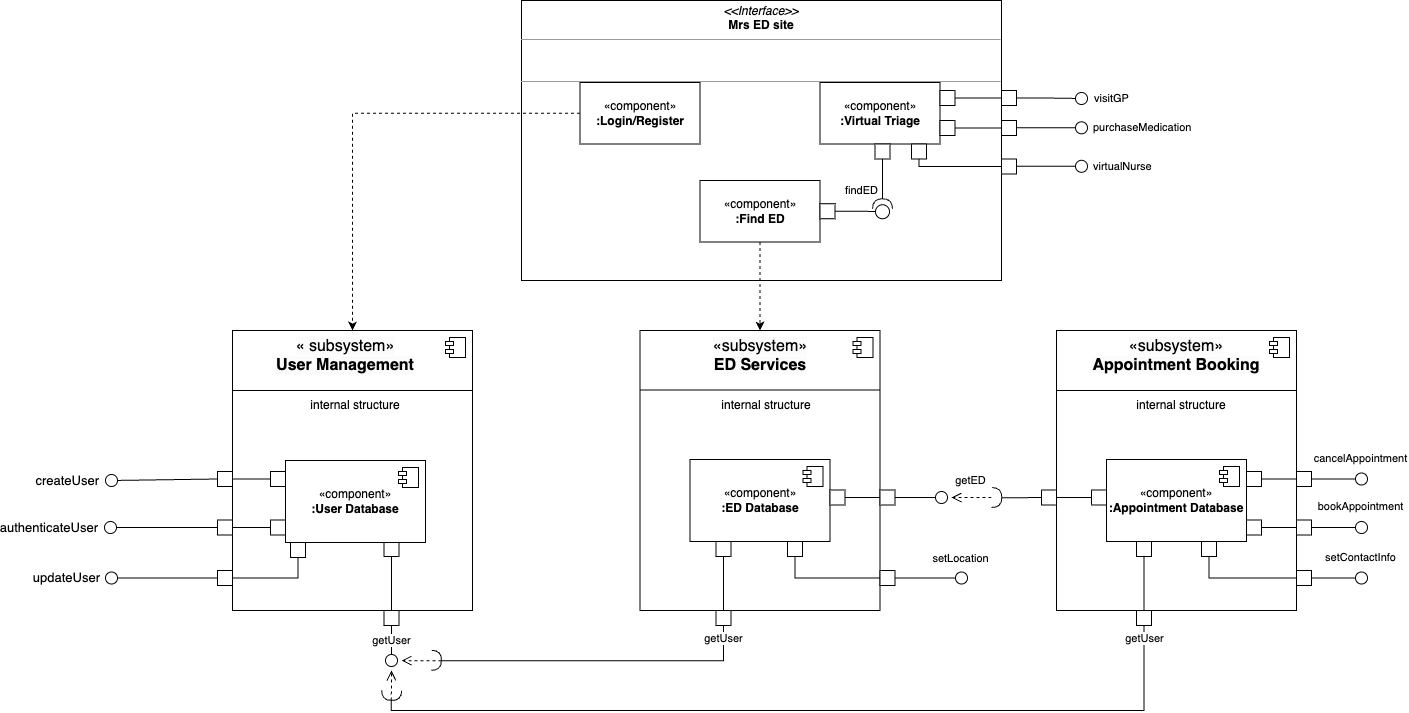
Before: diagrams/Component_Diagram.drawio.png, a diagram exported from draw.io (uvic-teach/project-m1-team6). Source tidied: cells renumbered, new cells last; positions are measured from the earlier drawing's top-left corner, leaving out a move shared by most shapes.
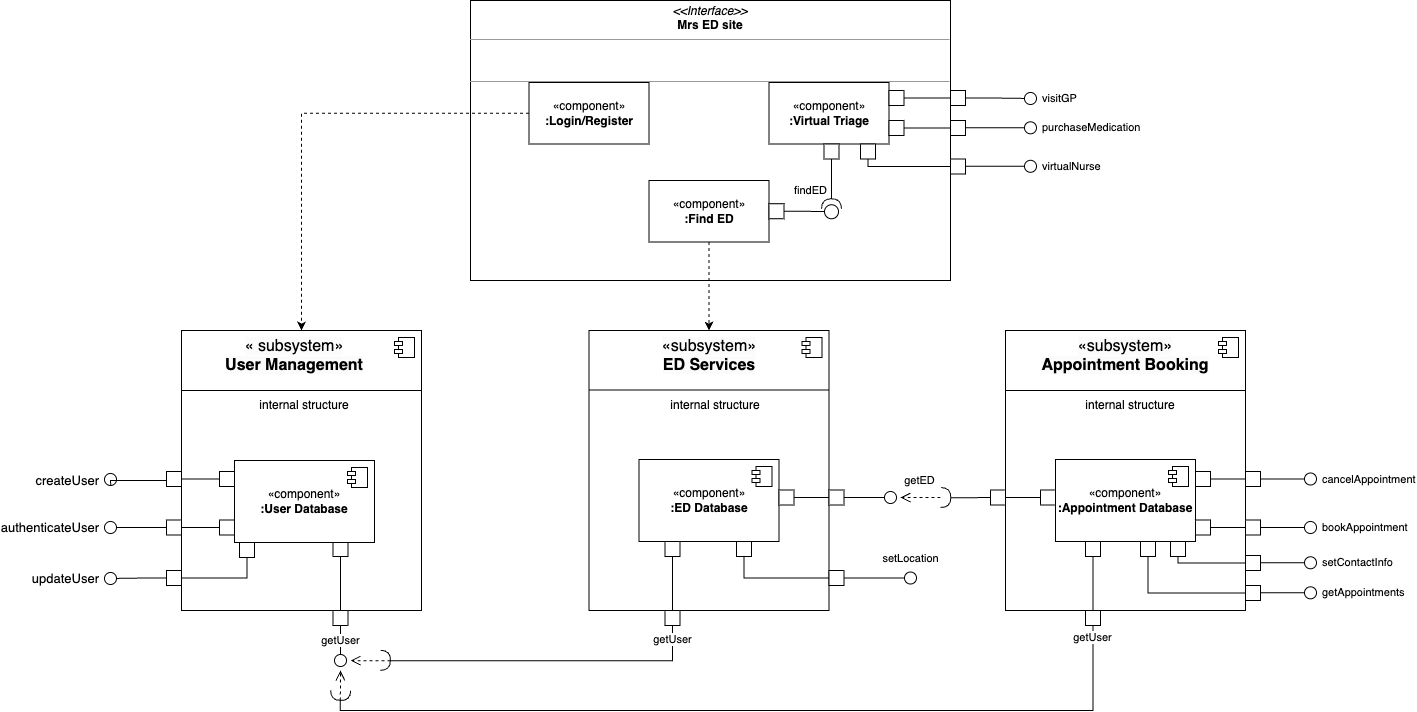
Later version of the same file.

What changed in the source:
```diff
@@ -12,7 +12,7 @@
     </mxCell>
     <mxCell id="4" value="authenticateUser" style="edgeStyle=orthogonalEdgeStyle;rounded=0;jettySize=auto;html=1;endArrow=oval;endFill=0;endSize=12;fontSize=13;exitX=0;exitY=0.5;exitDx=0;exitDy=0;labelPosition=left;verticalLabelPosition=middle;align=right;verticalAlign=middle;" parent="1" edge="1" source="35">
       <mxGeometry x="1" y="10" relative="1" as="geometry">
-        <mxPoint y="527" as="targetPoint" />
+        <mxPoint x="51" y="527" as="targetPoint" />
         <mxPoint x="-10" y="-10" as="offset" />
       </mxGeometry>
     </mxCell>
@@ -118,9 +118,10 @@
         <mxPoint x="-27" y="7" as="offset" />
       </mxGeometry>
     </mxCell>
-    <mxCell id="32" value="cancelAppointment" style="edgeStyle=orthogonalEdgeStyle;rounded=0;jettySize=auto;html=1;endArrow=oval;endFill=0;endSize=12;" parent="1" edge="1" source="42">
-      <mxGeometry x="1" y="21" relative="1" as="geometry">
+    <mxCell id="32" value="cancelAppointment" style="edgeStyle=orthogonalEdgeStyle;rounded=0;jettySize=auto;html=1;endArrow=oval;endFill=0;endSize=12;labelPosition=right;verticalLabelPosition=middle;align=left;verticalAlign=middle;" parent="1" edge="1" source="42">
+      <mxGeometry x="1" y="-10" relative="1" as="geometry">
         <mxPoint x="1251" y="478.5" as="targetPoint" />
+        <mxPoint x="10" y="-10" as="offset" />
       </mxGeometry>
     </mxCell>
     <mxCell id="33" value="«component»&lt;br style=&quot;font-size: 12px;&quot;&gt;&lt;b style=&quot;font-size: 12px;&quot;&gt;:Appointment Database&lt;/b&gt;" style="html=1;whiteSpace=wrap;fontSize=12;" parent="1" vertex="1">
@@ -135,14 +136,13 @@
       <mxGeometry x="107" y="519.5" width="15" height="15" as="geometry" />
     </mxCell>
     <mxCell id="36" value="createUser" style="edgeStyle=orthogonalEdgeStyle;rounded=0;jettySize=auto;html=1;endArrow=oval;endFill=0;endSize=12;fontSize=13;exitX=0;exitY=0.5;exitDx=0;exitDy=0;labelPosition=left;verticalLabelPosition=middle;align=right;verticalAlign=middle;" parent="1" edge="1" source="39">
-      <mxGeometry x="1" y="10" relative="1" as="geometry">
-        <mxPoint x="1" y="480" as="targetPoint" />
+      <mxGeometry x="0.97" y="10" relative="1" as="geometry">
+        <mxPoint x="51" y="479" as="targetPoint" />
         <Array as="points">
           <mxPoint x="107" y="479" />
           <mxPoint x="107" y="480" />
           <mxPoint x="11" y="480" />
         </Array>
-        <mxPoint x="-10" y="-10" as="offset" />
       </mxGeometry>
     </mxCell>
     <mxCell id="37" style="edgeStyle=orthogonalEdgeStyle;rounded=0;jettySize=auto;html=1;entryX=1;entryY=0.5;entryDx=0;entryDy=0;endArrow=none;endFill=0;" parent="1" edge="1" source="38" target="39">
@@ -238,9 +238,10 @@
     <mxCell id="65" style="edgeStyle=orthogonalEdgeStyle;rounded=0;jettySize=auto;html=1;entryX=0.363;entryY=0.141;entryDx=0;entryDy=0;entryPerimeter=0;endArrow=none;endFill=0;" parent="1" edge="1" source="61" target="64">
       <mxGeometry relative="1" as="geometry" />
     </mxCell>
-    <mxCell id="66" value="bookAppointment" style="edgeStyle=orthogonalEdgeStyle;rounded=0;jettySize=auto;html=1;endArrow=oval;endFill=0;endSize=12;" parent="1" edge="1" source="69">
-      <mxGeometry x="1" y="21" relative="1" as="geometry">
+    <mxCell id="66" value="bookAppointment" style="edgeStyle=orthogonalEdgeStyle;rounded=0;jettySize=auto;html=1;endArrow=oval;endFill=0;endSize=12;labelPosition=right;verticalLabelPosition=middle;align=left;verticalAlign=middle;" parent="1" edge="1" source="69">
+      <mxGeometry x="1" y="-10" relative="1" as="geometry">
         <mxPoint x="1251" y="527" as="targetPoint" />
+        <mxPoint x="10" y="-10" as="offset" />
       </mxGeometry>
     </mxCell>
     <mxCell id="67" style="edgeStyle=orthogonalEdgeStyle;rounded=0;jettySize=auto;html=1;entryX=0;entryY=0.5;entryDx=0;entryDy=0;endArrow=none;endFill=0;" parent="1" edge="1" source="68" target="69">
@@ -253,18 +254,17 @@
       <mxGeometry x="1186" y="519.5" width="15" height="15" as="geometry" />
     </mxCell>
     <mxCell id="70" style="html=1;rounded=0;" parent="1" vertex="1">
-      <mxGeometry x="1091" y="541" width="15" height="15" as="geometry" />
+      <mxGeometry x="1111" y="541" width="15" height="15" as="geometry" />
     </mxCell>
-    <mxCell id="71" value="setContactInfo" style="edgeStyle=orthogonalEdgeStyle;rounded=0;jettySize=auto;html=1;endArrow=oval;endFill=0;endSize=12;" parent="1" edge="1" source="73">
-      <mxGeometry x="1" y="21" relative="1" as="geometry">
-        <mxPoint x="1251" y="577.5" as="targetPoint" />
-      </mxGeometry>
-    </mxCell>
     <mxCell id="72" style="edgeStyle=orthogonalEdgeStyle;rounded=0;jettySize=auto;html=1;entryX=0.5;entryY=1;entryDx=0;entryDy=0;endArrow=none;endFill=0;" parent="1" edge="1" source="73" target="70">
-      <mxGeometry relative="1" as="geometry" />
+      <mxGeometry relative="1" as="geometry">
+        <Array as="points">
+          <mxPoint x="1119" y="563" />
+        </Array>
+      </mxGeometry>
     </mxCell>
     <mxCell id="73" style="html=1;rounded=0;" parent="1" vertex="1">
-      <mxGeometry x="1186" y="570" width="15" height="15" as="geometry" />
+      <mxGeometry x="1186" y="555" width="15" height="15" as="geometry" />
     </mxCell>
     <mxCell id="74" style="edgeStyle=orthogonalEdgeStyle;rounded=0;jettySize=auto;html=1;entryX=1;entryY=0.5;entryDx=0;entryDy=0;endArrow=none;endFill=0;" parent="1" edge="1" source="75" target="77">
       <mxGeometry relative="1" as="geometry">
@@ -394,7 +394,7 @@
     </mxCell>
     <mxCell id="103" value="updateUser" style="edgeStyle=orthogonalEdgeStyle;rounded=0;jettySize=auto;html=1;endArrow=oval;endFill=0;endSize=12;fontSize=13;exitX=0;exitY=0.5;exitDx=0;exitDy=0;labelPosition=left;verticalLabelPosition=middle;align=right;verticalAlign=middle;" parent="1" edge="1" source="105">
       <mxGeometry x="1" y="10" relative="1" as="geometry">
-        <mxPoint x="1" y="577.5" as="targetPoint" />
+        <mxPoint x="51" y="578" as="targetPoint" />
         <mxPoint x="-10" y="-10" as="offset" />
       </mxGeometry>
     </mxCell>
@@ -407,5 +407,40 @@
     <mxCell id="106" style="html=1;rounded=0;" parent="1" vertex="1">
       <mxGeometry x="180" y="542" width="15" height="15" as="geometry" />
     </mxCell>
+    <mxCell id="107" style="edgeStyle=orthogonalEdgeStyle;rounded=0;jettySize=auto;html=1;entryX=0;entryY=0.5;entryDx=0;entryDy=0;endArrow=none;endFill=0;" parent="1" edge="1" source="108" target="109">
+      <mxGeometry relative="1" as="geometry">
+        <Array as="points">
+          <mxPoint x="1089" y="593" />
+        </Array>
+      </mxGeometry>
+    </mxCell>
+    <mxCell id="108" style="html=1;rounded=0;" parent="1" vertex="1">
+      <mxGeometry x="1081" y="541" width="15" height="15" as="geometry" />
+    </mxCell>
+    <mxCell id="71" value="setContactInfo" style="edgeStyle=orthogonalEdgeStyle;rounded=0;orthogonalLoop=1;jettySize=auto;html=1;endArrow=oval;endFill=0;endSize=12;labelPosition=right;verticalLabelPosition=middle;align=left;verticalAlign=middle;" parent="1" edge="1">
+      <mxGeometry x="1" y="-10" relative="1" as="geometry">
+        <mxPoint x="1201" y="562.3" as="sourcePoint" />
+        <mxPoint x="1251" y="562.3" as="targetPoint" />
+        <Array as="points">
+          <mxPoint x="1221" y="562" />
+          <mxPoint x="1221" y="562" />
+        </Array>
+        <mxPoint x="10" y="-10" as="offset" />
+      </mxGeometry>
+    </mxCell>
+    <mxCell id="109" style="html=1;rounded=0;" parent="1" vertex="1">
+      <mxGeometry x="1186" y="585" width="15" height="15" as="geometry" />
+    </mxCell>
+    <mxCell id="110" value="getAppointments" style="edgeStyle=orthogonalEdgeStyle;rounded=0;orthogonalLoop=1;jettySize=auto;html=1;endArrow=oval;endFill=0;endSize=12;labelPosition=right;verticalLabelPosition=middle;align=left;verticalAlign=middle;" parent="1" edge="1">
+      <mxGeometry x="1" y="10" relative="1" as="geometry">
+        <mxPoint x="1201" y="592.3" as="sourcePoint" />
+        <mxPoint x="1251" y="592.3" as="targetPoint" />
+        <Array as="points">
+          <mxPoint x="1221" y="592.1" />
+          <mxPoint x="1221" y="592.1" />
+        </Array>
+        <mxPoint x="10" y="10" as="offset" />
+      </mxGeometry>
+    </mxCell>
   </root>
 </mxGraphModel>
```
